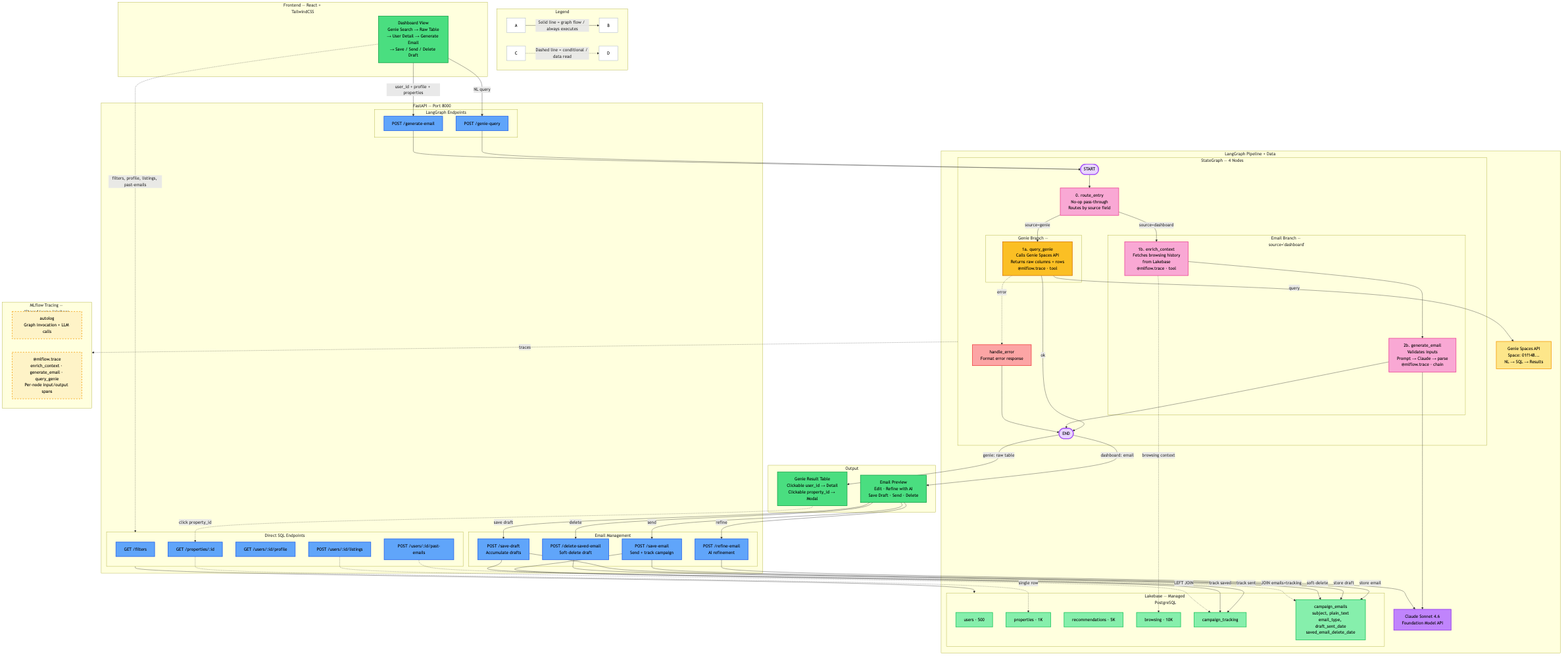
birbalin25/xome_langgraph_lakebase_genie keeps this Mermaid diagram as pipeline_flow.png. Above is the earlier version. Its source is kept beside it as pipeline_flow.mmd.
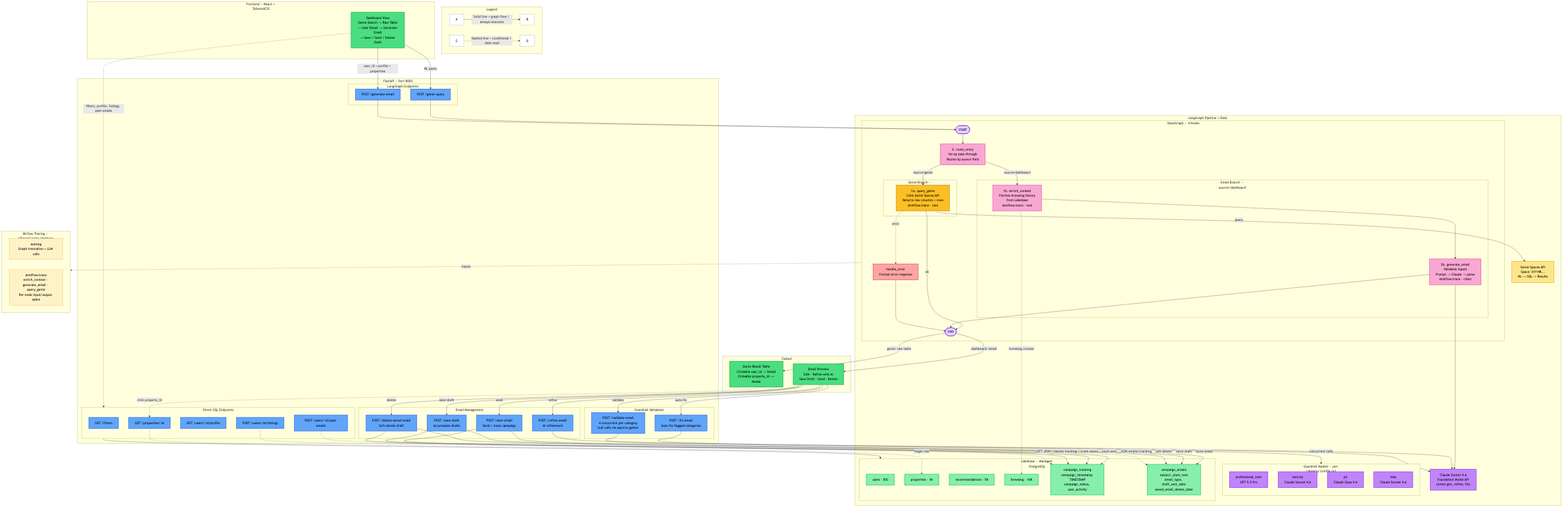
The same file after the commit.

Commit message:
Add per-category configurable LLM models for guardrail validation

Change to the diagram source:
```diff
@@ -42,6 +42,10 @@
             A8["POST /delete-saved-email<br/>Soft-delete draft"]:::api
             A9["POST /refine-email<br/>AI refinement"]:::api
         end
+        subgraph GUARD_EP["Guardrail Validation"]
+            VA["POST /validate-email<br/>4 concurrent per-category<br/>LLM calls via asyncio.gather"]:::api
+            FX["POST /fix-email<br/>Auto-fix flagged categories"]:::api
+        end
     end
 
     subgraph CORE["LangGraph Pipeline + Data + LLM"]
@@ -77,7 +81,15 @@
         end
 
         GENIE_API["Genie Spaces API<br/>Space: 01f148...<br/>NL → SQL → Results"]:::ext
-        LLM["Claude Sonnet 4.6<br/>Foundation Model API"]:::llm
+        LLM["Claude Sonnet 4.6<br/>Foundation Model API<br/>(email gen, refine, fix)"]:::llm
+
+        subgraph GUARD_LLM["Guardrail Models — per-category (config.py)"]
+            direction TB
+            GM1["professional_tone<br/>GPT 5.5 Pro"]:::llm
+            GM2["toxicity<br/>Claude Sonnet 4.6"]:::llm
+            GM3["pii<br/>Claude Opus 4.6"]:::llm
+            GM4["bias<br/>Claude Sonnet 4.6"]:::llm
+        end
 
         subgraph LB_DB["Lakebase — Managed PostgreSQL"]
             direction TB
@@ -116,6 +128,10 @@
     O1 -->|"save draft"| A7
     O1 -->|"delete"| A8
     O1 -->|"refine"| A9
+    O1 -->|"validate"| VA
+    O1 -->|"auto-fix"| FX
+    VA -->|"concurrent calls"| GUARD_LLM
+    FX --> LLM
     A5 -->|"track sent"| T5
     A5 -->|"store email"| T6
     A7 -->|"track saved"| T5
```
